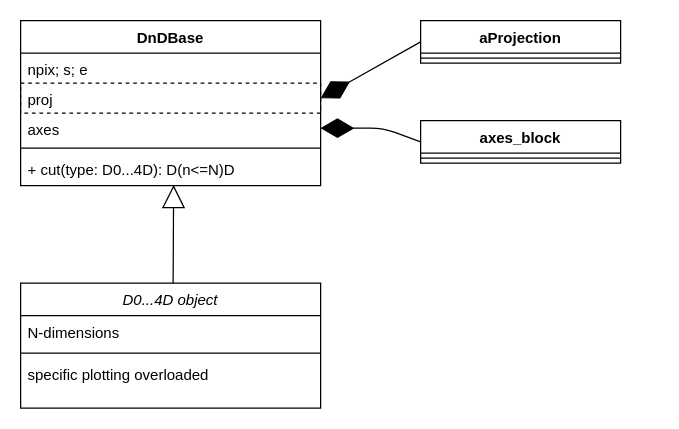
pace-neutrons/Horace keeps this draw.io diagram as page "DND" (2 of 6) of documentation/diagrams/sqw-dnd_new.drawio. Above is the earlier version. Source tidied: cells renumbered, new cells numbered last; positions are measured from the earlier drawing's top-left corner, leaving out a move shared by most shapes. Both pictures are drawn from the tidied source at 125%, with x=0, y=0 at pixel (20, 20).
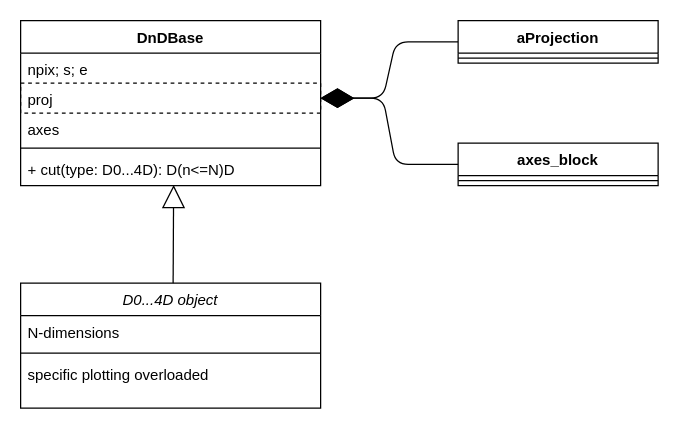
The same diagram, later.

The change refers to these unchanged cells:
```xml
<mxCell id="4" value="proj" style="text;fillColor=none;align=left;verticalAlign=top;spacingLeft=4;spacingRight=4;overflow=hidden;points=[[0,0.5],[1,0.5]];portConstraint=eastwest;dashed=1;strokeColor=#000000;" parent="2" vertex="1">
  <mxGeometry y="50" width="240" height="24" as="geometry" />
</mxCell>
<mxCell id="5" value="axes" style="text;strokeColor=none;fillColor=none;align=left;verticalAlign=top;spacingLeft=4;spacingRight=4;overflow=hidden;points=[[0,0.5],[1,0.5]];portConstraint=eastwest;" parent="2" vertex="1">
  <mxGeometry y="74" width="240" height="24" as="geometry" />
</mxCell>
```

Change to the diagram source:
```diff
@@
-    <mxCell id="12" style="endArrow=diamondThin;endFill=1;endSize=24;html=1;exitX=0;exitY=0.5;exitDx=0;exitDy=0;curved=1;" parent="1" edge="1" source="13">
+    <mxCell id="12" style="endArrow=diamondThin;endFill=1;endSize=24;html=1;exitX=0;exitY=0.5;exitDx=0;exitDy=0;rounded=1;" parent="1" edge="1" source="13">
       <mxGeometry relative="1" as="geometry">
         <mxPoint x="240" y="62" as="targetPoint" />
+        <Array as="points">
+          <mxPoint x="300" y="17" />
+          <mxPoint x="290" y="62" />
+        </Array>
       </mxGeometry>
     </mxCell>
     <mxCell id="13" value="aProjection" style="swimlane;fontStyle=1;align=center;verticalAlign=top;horizontal=1;startSize=26;" parent="1" vertex="1">
-      <mxGeometry x="320" width="160" height="34" as="geometry" />
+      <mxGeometry x="350" width="160" height="34" as="geometry" />
     </mxCell>
@@
     <mxCell id="15" value="axes_block" style="swimlane;fontStyle=1;align=center;verticalAlign=top;horizontal=1;startSize=26;" parent="1" vertex="1">
-      <mxGeometry x="320" y="80" width="160" height="34" as="geometry" />
+      <mxGeometry x="350" y="98" width="160" height="34" as="geometry" />
     </mxCell>
@@
-    <mxCell id="17" style="endArrow=diamondThin;endFill=1;endSize=24;html=1;exitX=0;exitY=0.5;exitDx=0;exitDy=0;entryX=1;entryY=0.5;entryDx=0;entryDy=0;" parent="1" edge="1" source="15" target="5">
+    <mxCell id="17" style="endArrow=diamondThin;endFill=1;endSize=24;html=1;exitX=0;exitY=0.5;exitDx=0;exitDy=0;entryX=1;entryY=0.5;entryDx=0;entryDy=0;" parent="1" edge="1" source="15" target="4">
       <mxGeometry relative="1" as="geometry">
         <Array as="points">
-          <mxPoint x="290" y="86" />
+          <mxPoint x="300" y="115" />
+          <mxPoint x="290" y="62" />
         </Array>
       </mxGeometry>
     </mxCell>
@@
+    <mxCell id="19" style="edgeStyle=orthogonalEdgeStyle;rounded=0;orthogonalLoop=1;jettySize=auto;html=1;endArrow=diamondThin;endFill=0;" parent="1" edge="1">
+      <mxGeometry relative="1" as="geometry">
+        <mxPoint x="240" y="60" as="sourcePoint" />
+        <mxPoint x="240" y="60" as="targetPoint" />
+      </mxGeometry>
+    </mxCell>
```
